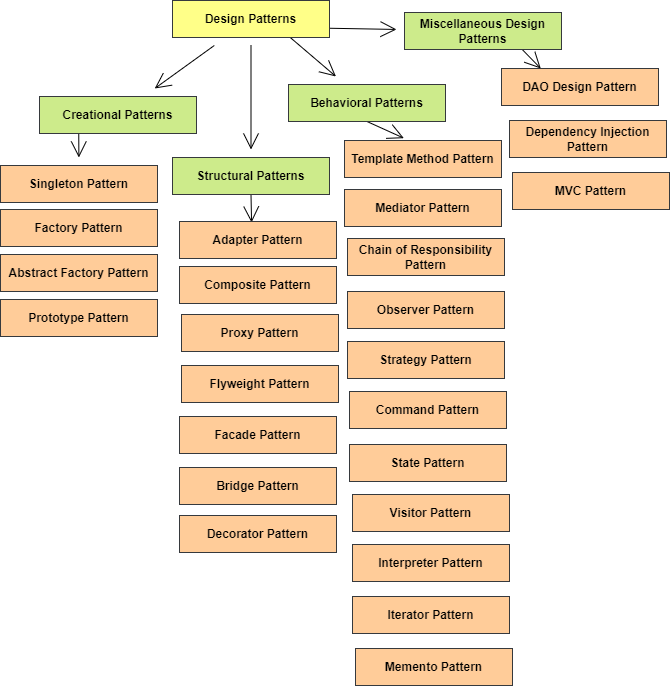
shilpathota/FlowCharts keeps this draw.io diagram as designpatterns.png. Above is the earlier version. Source tidied: cells renumbered, new cells last; positions are measured from the earlier drawing's top-left corner, leaving out a move shared by most shapes.
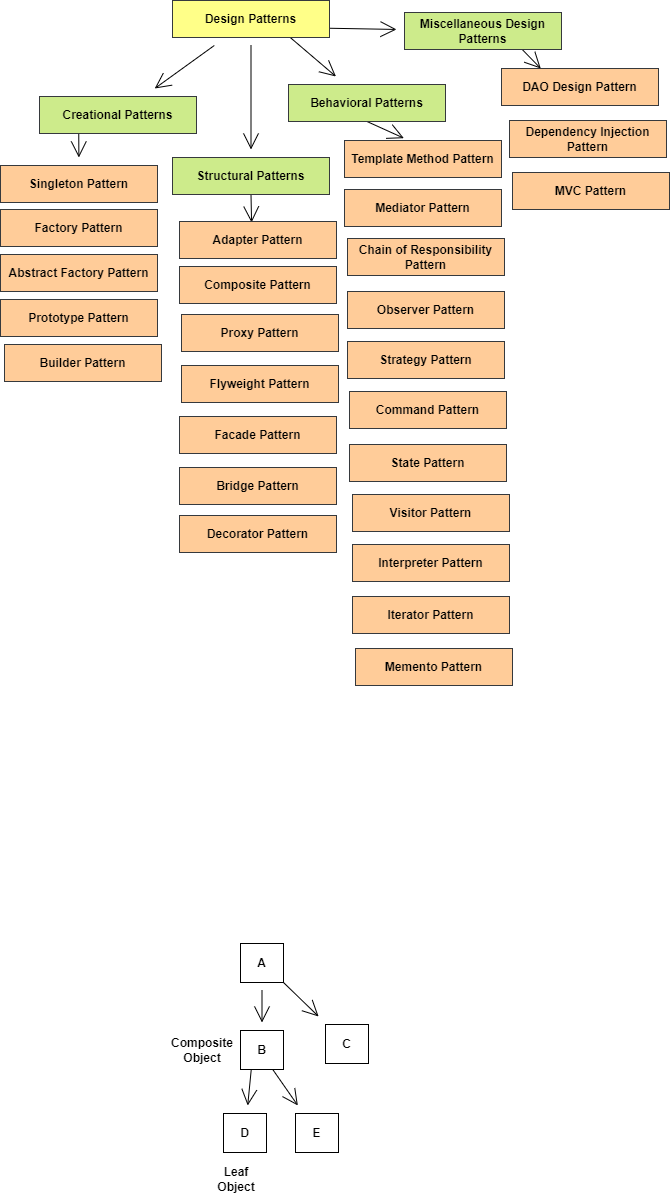
The same diagram one commit later.

Diff of the diagram source:
```diff
@@ -121,5 +121,41 @@
     <mxCell id="40" value="MVC Pattern" style="rounded=0;whiteSpace=wrap;html=1;hachureGap=4;fillColor=#ffcc99;strokeColor=#36393d;fontStyle=1;" parent="1" vertex="1">
       <mxGeometry x="512" y="172" width="157" height="37" as="geometry" />
     </mxCell>
+    <mxCell id="41" value="Builder Pattern" style="rounded=0;whiteSpace=wrap;html=1;hachureGap=4;fillColor=#ffcc99;strokeColor=#36393d;fontStyle=1;" parent="1" vertex="1">
+      <mxGeometry x="4" y="344" width="157" height="37" as="geometry" />
+    </mxCell>
+    <mxCell id="42" style="edgeStyle=none;curved=1;rounded=0;jettySize=auto;html=1;endArrow=open;startSize=14;endSize=14;sourcePerimeterSpacing=8;targetPerimeterSpacing=8;" parent="1" edge="1" source="44" target="47">
+      <mxGeometry relative="1" as="geometry" />
+    </mxCell>
+    <mxCell id="43" style="edgeStyle=none;curved=1;rounded=0;jettySize=auto;html=1;exitX=1;exitY=1;exitDx=0;exitDy=0;endArrow=open;startSize=14;endSize=14;sourcePerimeterSpacing=8;targetPerimeterSpacing=8;" parent="1" edge="1" source="44" target="48">
+      <mxGeometry relative="1" as="geometry" />
+    </mxCell>
+    <mxCell id="44" value="A" style="rounded=0;whiteSpace=wrap;html=1;hachureGap=4;fontStyle=1;" parent="1" vertex="1">
+      <mxGeometry x="240" y="943" width="43" height="39" as="geometry" />
+    </mxCell>
+    <mxCell id="45" style="edgeStyle=none;curved=1;rounded=0;jettySize=auto;html=1;exitX=0.25;exitY=1;exitDx=0;exitDy=0;endArrow=open;startSize=14;endSize=14;sourcePerimeterSpacing=8;targetPerimeterSpacing=8;" parent="1" edge="1" source="47" target="49">
+      <mxGeometry relative="1" as="geometry" />
+    </mxCell>
+    <mxCell id="46" style="edgeStyle=none;curved=1;rounded=0;jettySize=auto;html=1;exitX=0.75;exitY=1;exitDx=0;exitDy=0;endArrow=open;startSize=14;endSize=14;sourcePerimeterSpacing=8;targetPerimeterSpacing=8;" parent="1" edge="1" source="47" target="50">
+      <mxGeometry relative="1" as="geometry" />
+    </mxCell>
+    <mxCell id="47" value="B" style="rounded=0;whiteSpace=wrap;html=1;hachureGap=4;fontStyle=1;" parent="1" vertex="1">
+      <mxGeometry x="240" y="1030" width="43" height="39" as="geometry" />
+    </mxCell>
+    <mxCell id="48" value="C" style="rounded=0;whiteSpace=wrap;html=1;hachureGap=4;fontStyle=1;" parent="1" vertex="1">
+      <mxGeometry x="325" y="1024" width="43" height="39" as="geometry" />
+    </mxCell>
+    <mxCell id="49" value="D" style="rounded=0;whiteSpace=wrap;html=1;hachureGap=4;fontStyle=1;" parent="1" vertex="1">
+      <mxGeometry x="223" y="1113" width="43" height="39" as="geometry" />
+    </mxCell>
+    <mxCell id="50" value="E" style="rounded=0;whiteSpace=wrap;html=1;hachureGap=4;fontStyle=1;" parent="1" vertex="1">
+      <mxGeometry x="295" y="1113" width="43" height="39" as="geometry" />
+    </mxCell>
+    <mxCell id="51" value="Composite Object" style="text;strokeColor=none;fillColor=none;html=1;align=center;verticalAlign=middle;whiteSpace=wrap;rounded=0;hachureGap=4;fontStyle=1;" parent="1" vertex="1">
+      <mxGeometry x="172" y="1034.5" width="60" height="30" as="geometry" />
+    </mxCell>
+    <mxCell id="52" value="Leaf Object" style="text;strokeColor=none;fillColor=none;html=1;align=center;verticalAlign=middle;whiteSpace=wrap;rounded=0;hachureGap=4;fontStyle=1;" parent="1" vertex="1">
+      <mxGeometry x="206" y="1164" width="60" height="30" as="geometry" />
+    </mxCell>
   </root>
 </mxGraphModel>
```
